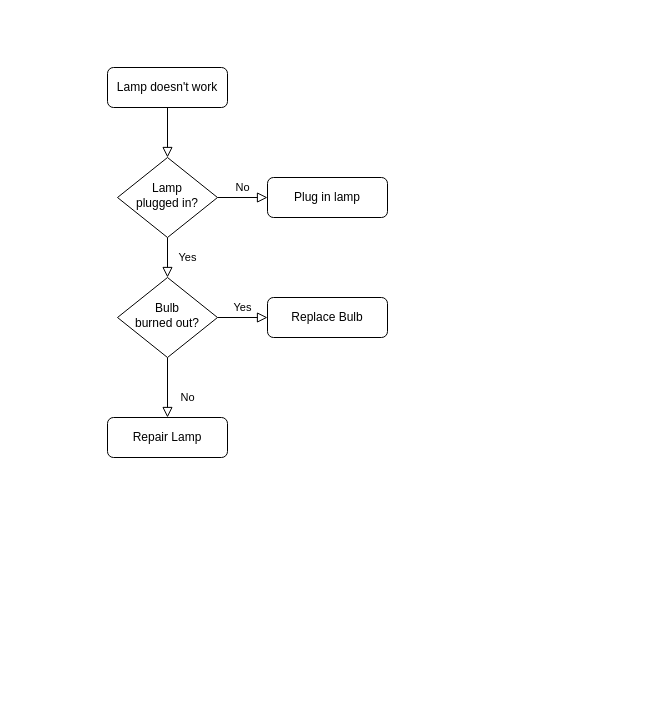
svfits/Docs keeps this draw.io diagram as Untitled Diagram.drawio. Above is the earlier version. Source tidied: cells renumbered, new cells numbered last; positions are measured from the earlier drawing's top-left corner, leaving out a move shared by most shapes. Both pictures are drawn from the tidied source at 100%, with x=0, y=0 at pixel (107, 67).
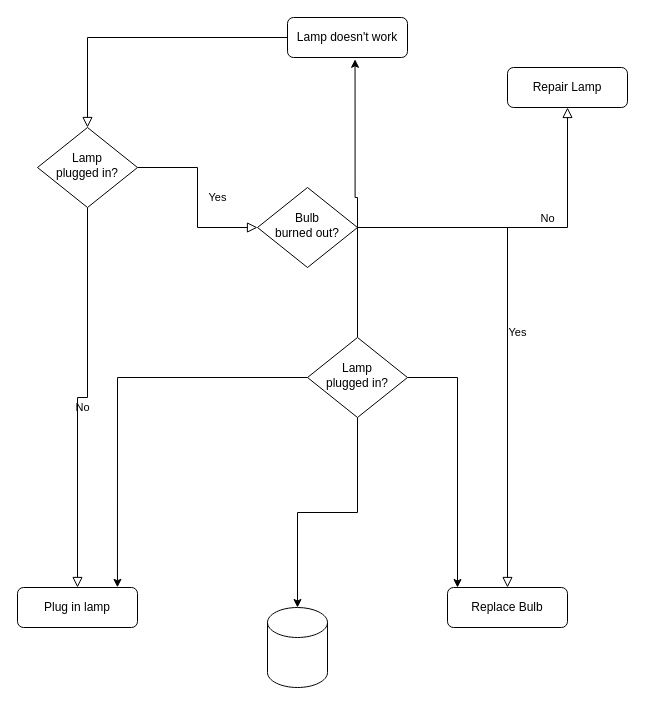
After the change.

Change to the diagram source:
```diff
@@
     <mxCell id="3" value="Lamp doesn't work" style="rounded=1;whiteSpace=wrap;html=1;fontSize=12;glass=0;strokeWidth=1;shadow=0;" parent="1" vertex="1">
-      <mxGeometry width="120" height="40" as="geometry" />
+      <mxGeometry x="180" y="-50" width="120" height="40" as="geometry" />
     </mxCell>
@@
     <mxCell id="6" value="Lamp&lt;br&gt;plugged in?" style="rhombus;whiteSpace=wrap;html=1;shadow=0;fontFamily=Helvetica;fontSize=12;align=center;strokeWidth=1;spacing=6;spacingTop=-4;" parent="1" vertex="1">
-      <mxGeometry x="10" y="90" width="100" height="80" as="geometry" />
+      <mxGeometry x="-70" y="60" width="100" height="80" as="geometry" />
     </mxCell>
     <mxCell id="7" value="Plug in lamp" style="rounded=1;whiteSpace=wrap;html=1;fontSize=12;glass=0;strokeWidth=1;shadow=0;" parent="1" vertex="1">
-      <mxGeometry x="160" y="110" width="120" height="40" as="geometry" />
+      <mxGeometry x="-90" y="520" width="120" height="40" as="geometry" />
     </mxCell>
@@
     <mxCell id="10" value="Bulb&lt;br&gt;burned out?" style="rhombus;whiteSpace=wrap;html=1;shadow=0;fontFamily=Helvetica;fontSize=12;align=center;strokeWidth=1;spacing=6;spacingTop=-4;" parent="1" vertex="1">
-      <mxGeometry x="10" y="210" width="100" height="80" as="geometry" />
+      <mxGeometry x="150" y="120" width="100" height="80" as="geometry" />
     </mxCell>
     <mxCell id="11" value="Repair Lamp" style="rounded=1;whiteSpace=wrap;html=1;fontSize=12;glass=0;strokeWidth=1;shadow=0;" parent="1" vertex="1">
-      <mxGeometry y="350" width="120" height="40" as="geometry" />
+      <mxGeometry x="400" width="120" height="40" as="geometry" />
     </mxCell>
     <mxCell id="12" value="Replace Bulb" style="rounded=1;whiteSpace=wrap;html=1;fontSize=12;glass=0;strokeWidth=1;shadow=0;" parent="1" vertex="1">
-      <mxGeometry x="160" y="230" width="120" height="40" as="geometry" />
+      <mxGeometry x="340" y="520" width="120" height="40" as="geometry" />
     </mxCell>
+    <mxCell id="13" style="shape=cylinder3;whiteSpace=wrap;html=1;boundedLbl=1;backgroundOutline=1;size=15;" parent="1" vertex="1">
+      <mxGeometry x="160" y="540" width="60" height="80" as="geometry" />
+    </mxCell>
+    <mxCell id="14" style="edgeStyle=orthogonalEdgeStyle;rounded=0;jettySize=auto;html=1;entryX=0.563;entryY=1.045;entryDx=0;entryDy=0;entryPerimeter=0;" parent="1" edge="1" source="18" target="3">
+      <mxGeometry relative="1" as="geometry" />
+    </mxCell>
+    <mxCell id="15" style="edgeStyle=orthogonalEdgeStyle;rounded=0;jettySize=auto;html=1;" parent="1" edge="1" source="18" target="12">
+      <mxGeometry relative="1" as="geometry">
+        <Array as="points">
+          <mxPoint x="350" y="310" />
+        </Array>
+      </mxGeometry>
+    </mxCell>
+    <mxCell id="16" style="edgeStyle=orthogonalEdgeStyle;rounded=0;jettySize=auto;html=1;entryX=0.833;entryY=-0.005;entryDx=0;entryDy=0;entryPerimeter=0;" parent="1" edge="1" source="18" target="7">
+      <mxGeometry relative="1" as="geometry" />
+    </mxCell>
+    <mxCell id="17" style="edgeStyle=orthogonalEdgeStyle;rounded=0;jettySize=auto;html=1;" parent="1" edge="1" source="18" target="13">
+      <mxGeometry relative="1" as="geometry" />
+    </mxCell>
+    <mxCell id="18" value="Lamp&lt;br&gt;plugged in?" style="rhombus;whiteSpace=wrap;html=1;shadow=0;fontFamily=Helvetica;fontSize=12;align=center;strokeWidth=1;spacing=6;spacingTop=-4;" parent="1" vertex="1">
+      <mxGeometry x="200" y="270" width="100" height="80" as="geometry" />
+    </mxCell>
```
